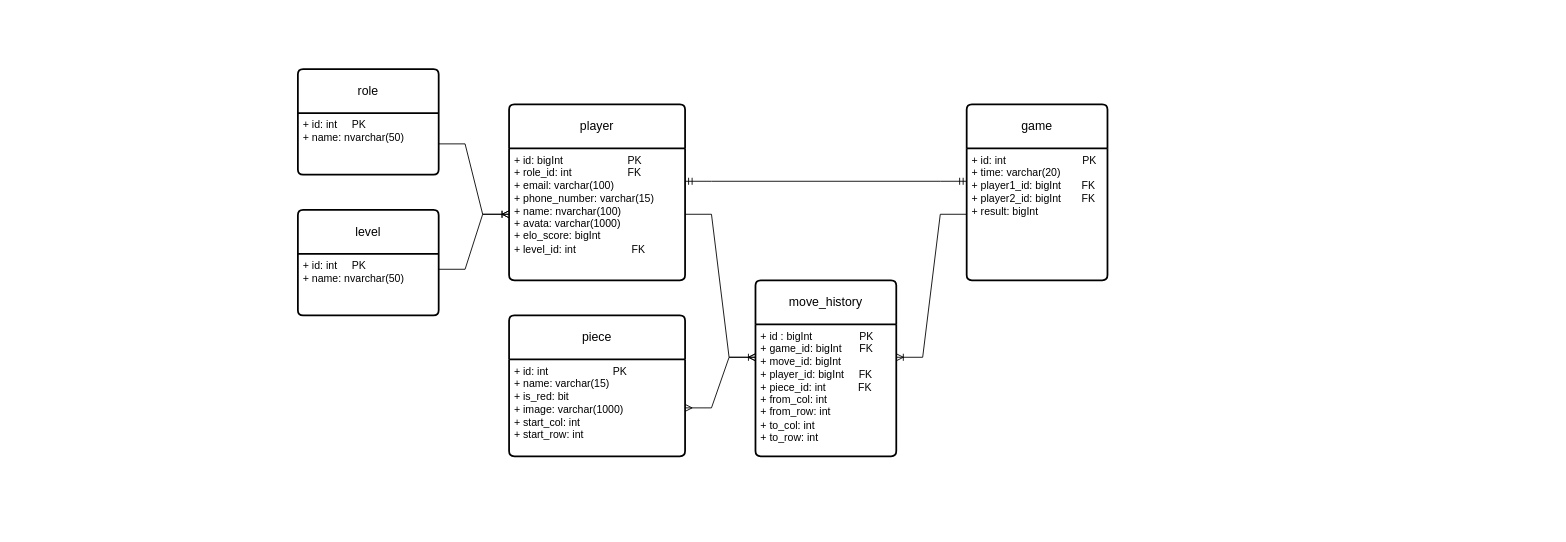
Earlier version of the draw.io diagram diagram/Untitled Diagram.drawio (vansi1804/ChineseChess). Source tidied: cells renumbered, new cells numbered last; positions are measured from the earlier drawing's top-left corner, leaving out a move shared by most shapes. Both pictures are drawn from the tidied source at 88%, with x=0, y=0 at pixel (297, 69).
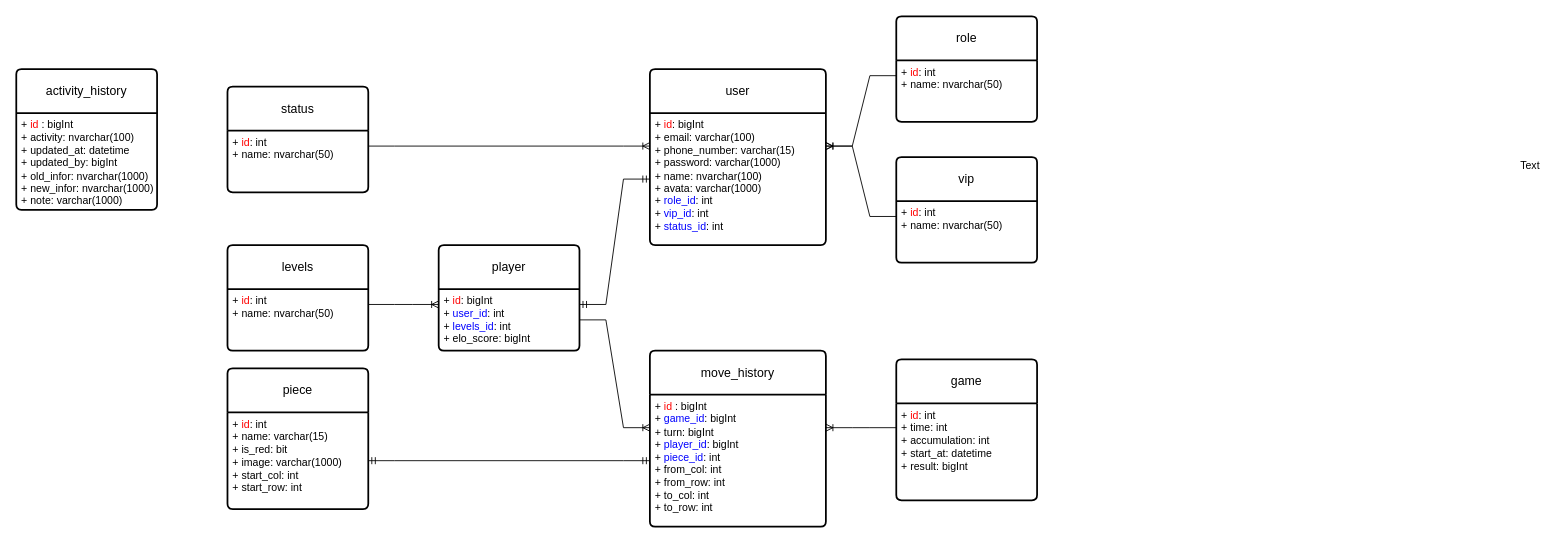
After the change.

Change to the diagram source:
```diff
@@
     <mxCell id="2" value="role" style="swimlane;horizontal=1;startSize=50;rounded=1;fontSize=14;fontStyle=0;strokeWidth=2;shadow=0;dashed=0;align=center;arcSize=4;whiteSpace=wrap;html=1;" parent="1" vertex="1">
-      <mxGeometry width="160" height="120" as="geometry" />
+      <mxGeometry x="680" y="-60" width="160" height="120" as="geometry" />
     </mxCell>
-    <mxCell id="3" value="+ id: int&amp;nbsp; &amp;nbsp; &amp;nbsp;PK&lt;br&gt;+ name: nvarchar(50)" style="align=left;strokeColor=none;fillColor=none;spacingLeft=4;fontSize=12;verticalAlign=top;html=1;" parent="2" vertex="1">
+    <mxCell id="3" value="+ &lt;font color=&quot;#ff0000&quot;&gt;id&lt;/font&gt;: int&amp;nbsp; &amp;nbsp;&amp;nbsp;&lt;br&gt;+ name: nvarchar(50)" style="align=left;strokeColor=none;fillColor=none;spacingLeft=4;fontSize=12;verticalAlign=top;html=1;" parent="2" vertex="1">
       <mxGeometry y="50" width="160" height="70" as="geometry" />
     </mxCell>
     <mxCell id="4" value="player" style="swimlane;horizontal=1;startSize=50;rounded=1;fontSize=14;fontStyle=0;strokeWidth=2;shadow=0;dashed=0;align=center;arcSize=4;whiteSpace=wrap;html=1;" parent="1" vertex="1">
-      <mxGeometry x="240" y="40" width="200" height="200" as="geometry" />
+      <mxGeometry x="160" y="200" width="160" height="120" as="geometry" />
     </mxCell>
-    <mxCell id="5" value="+ id: bigInt&amp;nbsp; &amp;nbsp; &amp;nbsp; &amp;nbsp; &amp;nbsp; &amp;nbsp; &amp;nbsp; &amp;nbsp; &amp;nbsp; &amp;nbsp; &amp;nbsp; PK&lt;br style=&quot;border-color: var(--border-color);&quot;&gt;+ role_id: int&amp;nbsp; &amp;nbsp; &amp;nbsp; &amp;nbsp; &amp;nbsp; &amp;nbsp; &amp;nbsp; &amp;nbsp; &amp;nbsp; &amp;nbsp;FK&lt;br style=&quot;border-color: var(--border-color);&quot;&gt;+ email: varchar(100)&lt;br style=&quot;border-color: var(--border-color);&quot;&gt;+ phone_number: varchar(15)&lt;br style=&quot;border-color: var(--border-color);&quot;&gt;+ name: nvarchar(100)&lt;br style=&quot;border-color: var(--border-color);&quot;&gt;+ avata: varchar(1000)&lt;br&gt;+ elo_score: bigInt&lt;br&gt;+&amp;nbsp;level_id: int&amp;nbsp; &amp;nbsp; &amp;nbsp; &amp;nbsp; &amp;nbsp; &amp;nbsp; &amp;nbsp; &amp;nbsp; &amp;nbsp; &amp;nbsp;FK&amp;nbsp;" style="align=left;strokeColor=none;fillColor=none;spacingLeft=4;fontSize=12;verticalAlign=top;html=1;" parent="4" vertex="1">
-      <mxGeometry y="50" width="200" height="150" as="geometry" />
+    <mxCell id="5" value="+ &lt;font color=&quot;#ff0000&quot;&gt;id&lt;/font&gt;: bigInt&amp;nbsp; &amp;nbsp; &amp;nbsp; &amp;nbsp; &amp;nbsp; &amp;nbsp; &amp;nbsp; &amp;nbsp; &amp;nbsp; &amp;nbsp; &amp;nbsp;&amp;nbsp;&lt;br style=&quot;border-color: var(--border-color);&quot;&gt;+ &lt;font color=&quot;#0000ff&quot;&gt;user_id&lt;/font&gt;: int&amp;nbsp;&lt;br style=&quot;border-color: var(--border-color);&quot;&gt;+&amp;nbsp;&lt;font style=&quot;border-color: var(--border-color);&quot; color=&quot;#0000ff&quot;&gt;levels_id&lt;/font&gt;: int&amp;nbsp; &amp;nbsp;&lt;br&gt;+ elo_score: bigInt&amp;nbsp; &amp;nbsp; &amp;nbsp; &amp;nbsp; &amp;nbsp; &amp;nbsp; &amp;nbsp; &amp;nbsp;&amp;nbsp;" style="align=left;strokeColor=none;fillColor=none;spacingLeft=4;fontSize=12;verticalAlign=top;html=1;" parent="4" vertex="1">
+      <mxGeometry y="50" width="160" height="70" as="geometry" />
     </mxCell>
-    <mxCell id="6" value="level" style="swimlane;horizontal=1;startSize=50;rounded=1;fontSize=14;fontStyle=0;strokeWidth=2;shadow=0;dashed=0;align=center;arcSize=4;whiteSpace=wrap;html=1;" parent="1" vertex="1">
-      <mxGeometry y="160" width="160" height="120" as="geometry" />
+    <mxCell id="6" value="levels" style="swimlane;horizontal=1;startSize=50;rounded=1;fontSize=14;fontStyle=0;strokeWidth=2;shadow=0;dashed=0;align=center;arcSize=4;whiteSpace=wrap;html=1;" parent="1" vertex="1">
+      <mxGeometry x="-80" y="200" width="160" height="120" as="geometry" />
     </mxCell>
-    <mxCell id="7" value="+ id: int&amp;nbsp; &amp;nbsp; &amp;nbsp;PK&lt;br&gt;+ name: nvarchar(50)" style="align=left;strokeColor=none;fillColor=none;spacingLeft=4;fontSize=12;verticalAlign=top;html=1;" parent="6" vertex="1">
+    <mxCell id="7" value="+ &lt;font color=&quot;#ff0000&quot;&gt;id&lt;/font&gt;: int&amp;nbsp; &amp;nbsp; &amp;nbsp; &amp;nbsp; &amp;nbsp; &amp;nbsp; &amp;nbsp; &amp;nbsp; &amp;nbsp; &amp;nbsp; &amp;nbsp; &amp;nbsp; &amp;nbsp; &amp;nbsp;&amp;nbsp;&lt;br&gt;+ name: nvarchar(50)" style="align=left;strokeColor=none;fillColor=none;spacingLeft=4;fontSize=12;verticalAlign=top;html=1;" parent="6" vertex="1">
       <mxGeometry y="50" width="160" height="70" as="geometry" />
     </mxCell>
-    <mxCell id="8" style="edgeStyle=entityRelationEdgeStyle;fontSize=12;html=1;endArrow=ERoneToMany;rounded=0;exitX=1;exitY=0.5;exitDx=0;exitDy=0;entryX=0;entryY=0.5;entryDx=0;entryDy=0;" parent="1" edge="1" source="3" target="5">
+    <mxCell id="8" style="edgeStyle=entityRelationEdgeStyle;fontSize=12;html=1;endArrow=ERoneToMany;rounded=0;exitX=0;exitY=0.25;exitDx=0;exitDy=0;entryX=1;entryY=0.25;entryDx=0;entryDy=0;" parent="1" edge="1" source="3" target="21">
       <mxGeometry relative="1" as="geometry" />
     </mxCell>
-    <mxCell id="9" style="edgeStyle=entityRelationEdgeStyle;fontSize=12;html=1;endArrow=ERoneToMany;rounded=0;exitX=1;exitY=0.25;exitDx=0;exitDy=0;" parent="1" edge="1" source="7" target="5">
+    <mxCell id="9" style="edgeStyle=entityRelationEdgeStyle;fontSize=12;html=1;endArrow=ERoneToMany;rounded=0;exitX=1;exitY=0.25;exitDx=0;exitDy=0;entryX=0;entryY=0.25;entryDx=0;entryDy=0;" parent="1" edge="1" source="7" target="5">
       <mxGeometry relative="1" as="geometry" />
     </mxCell>
     <mxCell id="10" value="game" style="swimlane;horizontal=1;startSize=50;rounded=1;fontSize=14;fontStyle=0;strokeWidth=2;shadow=0;dashed=0;align=center;arcSize=4;whiteSpace=wrap;html=1;" parent="1" vertex="1">
-      <mxGeometry x="760" y="40" width="160" height="200" as="geometry" />
+      <mxGeometry x="680" y="330" width="160" height="160" as="geometry" />
     </mxCell>
-    <mxCell id="11" value="+ id: int&amp;nbsp; &amp;nbsp; &amp;nbsp; &amp;nbsp; &amp;nbsp; &amp;nbsp; &amp;nbsp; &amp;nbsp; &amp;nbsp; &amp;nbsp; &amp;nbsp; &amp;nbsp; &amp;nbsp; PK&lt;br&gt;+ time: varchar(20)&lt;br&gt;+ player1_id: bigInt&amp;nbsp; &amp;nbsp; &amp;nbsp; &amp;nbsp;FK&lt;br&gt;+ player2_id: bigInt&amp;nbsp; &amp;nbsp; &amp;nbsp; &amp;nbsp;FK&lt;br&gt;+ result: bigInt&amp;nbsp; &amp;nbsp; &amp;nbsp; &amp;nbsp; &amp;nbsp; &amp;nbsp; &amp;nbsp; &amp;nbsp;" style="align=left;strokeColor=none;fillColor=none;spacingLeft=4;fontSize=12;verticalAlign=top;html=1;" parent="10" vertex="1">
-      <mxGeometry y="50" width="160" height="150" as="geometry" />
+    <mxCell id="11" value="+ &lt;font color=&quot;#ff0000&quot;&gt;id&lt;/font&gt;: int&amp;nbsp; &amp;nbsp; &amp;nbsp; &amp;nbsp; &amp;nbsp; &amp;nbsp; &amp;nbsp; &amp;nbsp; &amp;nbsp; &amp;nbsp; &amp;nbsp; &amp;nbsp; &amp;nbsp;&amp;nbsp;&lt;br&gt;+ time: int&lt;br&gt;+&amp;nbsp;accumulation: int&lt;br&gt;+ start_at: datetime&lt;br style=&quot;border-color: var(--border-color);&quot;&gt;+ result: bigInt&amp;nbsp; &amp;nbsp; &amp;nbsp; &amp;nbsp; &amp;nbsp;&lt;span style=&quot;background-color: initial;&quot;&gt;&amp;nbsp;&amp;nbsp;&lt;/span&gt;" style="align=left;strokeColor=none;fillColor=none;spacingLeft=4;fontSize=12;verticalAlign=top;html=1;" parent="10" vertex="1">
+      <mxGeometry y="50" width="160" height="110" as="geometry" />
     </mxCell>
     <mxCell id="12" value="piece" style="swimlane;horizontal=1;startSize=50;rounded=1;fontSize=14;fontStyle=0;strokeWidth=2;shadow=0;dashed=0;align=center;arcSize=4;whiteSpace=wrap;html=1;" parent="1" vertex="1">
-      <mxGeometry x="240" y="280" width="200" height="160" as="geometry" />
+      <mxGeometry x="-80" y="340" width="160" height="160" as="geometry" />
     </mxCell>
-    <mxCell id="13" value="+ id: int&amp;nbsp; &amp;nbsp; &amp;nbsp; &amp;nbsp; &amp;nbsp; &amp;nbsp; &amp;nbsp; &amp;nbsp; &amp;nbsp; &amp;nbsp; &amp;nbsp; PK&lt;br&gt;+ name: varchar(15)&lt;br&gt;+ is_red: bit&lt;br&gt;+ image: varchar(1000)&lt;br&gt;+ start_col: int&lt;br&gt;+ start_row: int" style="align=left;strokeColor=none;fillColor=none;spacingLeft=4;fontSize=12;verticalAlign=top;html=1;" parent="12" vertex="1">
-      <mxGeometry y="50" width="200" height="110" as="geometry" />
+    <mxCell id="13" value="+ &lt;font color=&quot;#ff0000&quot;&gt;id&lt;/font&gt;: int&amp;nbsp; &amp;nbsp; &amp;nbsp; &amp;nbsp; &amp;nbsp; &amp;nbsp; &amp;nbsp; &amp;nbsp; &amp;nbsp; &amp;nbsp; &amp;nbsp;&amp;nbsp;&lt;br&gt;+ name: varchar(15)&lt;br&gt;+ is_red: bit&lt;br&gt;+ image: varchar(1000)&lt;br&gt;+ start_col: int&lt;br&gt;+ start_row: int" style="align=left;strokeColor=none;fillColor=none;spacingLeft=4;fontSize=12;verticalAlign=top;html=1;" parent="12" vertex="1">
+      <mxGeometry y="50" width="160" height="110" as="geometry" />
     </mxCell>
     <mxCell id="14" value="move_history" style="swimlane;horizontal=1;startSize=50;rounded=1;fontSize=14;fontStyle=0;strokeWidth=2;shadow=0;dashed=0;align=center;arcSize=4;whiteSpace=wrap;html=1;" parent="1" vertex="1">
-      <mxGeometry x="520" y="240" width="160" height="200" as="geometry" />
+      <mxGeometry x="400" y="320" width="200" height="200" as="geometry" />
     </mxCell>
-    <mxCell id="15" value="+ id : bigInt&amp;nbsp; &amp;nbsp; &amp;nbsp; &amp;nbsp; &amp;nbsp; &amp;nbsp; &amp;nbsp; &amp;nbsp; PK&lt;br&gt;+ game_id: bigInt&amp;nbsp; &amp;nbsp; &amp;nbsp; FK&lt;br&gt;+ move_id: bigInt&amp;nbsp; &amp;nbsp; &amp;nbsp;&amp;nbsp;&lt;br&gt;+ player_id: bigInt&amp;nbsp; &amp;nbsp; &amp;nbsp;FK&lt;br&gt;+ piece_id: int&amp;nbsp; &amp;nbsp; &amp;nbsp; &amp;nbsp; &amp;nbsp; &amp;nbsp;FK&lt;br&gt;+ from_col: int&lt;br&gt;+ from_row: int&lt;br&gt;+ to_col: int&lt;br&gt;+ to_row: int" style="align=left;strokeColor=none;fillColor=none;spacingLeft=4;fontSize=12;verticalAlign=top;html=1;" parent="14" vertex="1">
-      <mxGeometry y="50" width="160" height="150" as="geometry" />
+    <mxCell id="15" value="+ &lt;font color=&quot;#ff0000&quot;&gt;id &lt;/font&gt;: bigInt&amp;nbsp; &amp;nbsp; &amp;nbsp; &amp;nbsp; &amp;nbsp; &amp;nbsp; &amp;nbsp; &amp;nbsp;&amp;nbsp;&lt;br&gt;+ &lt;font color=&quot;#0000ff&quot;&gt;game_id&lt;/font&gt;: bigInt&amp;nbsp; &amp;nbsp; &amp;nbsp;&amp;nbsp;&lt;br&gt;+ turn: bigInt&amp;nbsp; &amp;nbsp; &amp;nbsp;&amp;nbsp;&lt;br&gt;+ &lt;font color=&quot;#0000ff&quot;&gt;player_id&lt;/font&gt;: bigInt&amp;nbsp; &amp;nbsp; &amp;nbsp;&lt;br&gt;+ &lt;font color=&quot;#0000ff&quot;&gt;piece_id&lt;/font&gt;: int&amp;nbsp; &amp;nbsp; &amp;nbsp; &amp;nbsp; &amp;nbsp; &amp;nbsp;&lt;br&gt;+ from_col: int&lt;br&gt;+ from_row: int&lt;br&gt;+ to_col: int&lt;br&gt;+ to_row: int" style="align=left;strokeColor=none;fillColor=none;spacingLeft=4;fontSize=12;verticalAlign=top;html=1;" parent="14" vertex="1">
+      <mxGeometry y="50" width="200" height="150" as="geometry" />
     </mxCell>
+    <mxCell id="17" style="edgeStyle=entityRelationEdgeStyle;fontSize=12;html=1;endArrow=ERoneToMany;rounded=0;exitX=0;exitY=0.25;exitDx=0;exitDy=0;entryX=1;entryY=0.25;entryDx=0;entryDy=0;" parent="1" edge="1" source="11" target="15">
+      <mxGeometry relative="1" as="geometry" />
+    </mxCell>
+    <mxCell id="19" style="edgeStyle=entityRelationEdgeStyle;fontSize=12;html=1;endArrow=ERoneToMany;rounded=0;entryX=0;entryY=0.25;entryDx=0;entryDy=0;exitX=1;exitY=0.5;exitDx=0;exitDy=0;" parent="1" edge="1" source="5" target="15">
+      <mxGeometry relative="1" as="geometry" />
+    </mxCell>
+    <mxCell id="20" value="user" style="swimlane;horizontal=1;startSize=50;rounded=1;fontSize=14;fontStyle=0;strokeWidth=2;shadow=0;dashed=0;align=center;arcSize=4;whiteSpace=wrap;html=1;" parent="1" vertex="1">
+      <mxGeometry x="400" width="200" height="200" as="geometry" />
+    </mxCell>
+    <mxCell id="21" value="+ &lt;font color=&quot;#ff0000&quot;&gt;id&lt;/font&gt;: bigInt&amp;nbsp; &amp;nbsp; &amp;nbsp; &amp;nbsp; &amp;nbsp; &amp;nbsp; &amp;nbsp; &amp;nbsp; &amp;nbsp; &amp;nbsp; &amp;nbsp;&amp;nbsp;&lt;br style=&quot;border-color: var(--border-color);&quot;&gt;+ email: varchar(100)&lt;br style=&quot;border-color: var(--border-color);&quot;&gt;+ phone_number: varchar(15)&lt;br&gt;+ password: varchar(1000)&lt;br style=&quot;border-color: var(--border-color);&quot;&gt;+ name: nvarchar(100)&lt;br style=&quot;border-color: var(--border-color);&quot;&gt;+ avata: varchar(1000)&amp;nbsp; &amp;nbsp; &amp;nbsp; &amp;nbsp; &amp;nbsp; &amp;nbsp; &amp;nbsp; &amp;nbsp; &amp;nbsp;&lt;br style=&quot;border-color: var(--border-color);&quot;&gt;+&amp;nbsp;&lt;font style=&quot;border-color: var(--border-color);&quot; color=&quot;#0000ff&quot;&gt;role_id&lt;/font&gt;: int&amp;nbsp;&lt;br&gt;+ &lt;font color=&quot;#0000ff&quot;&gt;vip_id&lt;/font&gt;: int&lt;br&gt;+ &lt;font color=&quot;#0000ff&quot;&gt;status_id&lt;/font&gt;: int&lt;br&gt;&amp;nbsp;" style="align=left;strokeColor=none;fillColor=none;spacingLeft=4;fontSize=12;verticalAlign=top;html=1;" parent="20" vertex="1">
+      <mxGeometry y="50" width="200" height="150" as="geometry" />
+    </mxCell>
+    <mxCell id="22" style="edgeStyle=entityRelationEdgeStyle;fontSize=12;html=1;endArrow=ERmandOne;startArrow=ERmandOne;rounded=0;exitX=1;exitY=0.25;exitDx=0;exitDy=0;entryX=0;entryY=0.5;entryDx=0;entryDy=0;" parent="1" edge="1" source="5" target="21">
+      <mxGeometry relative="1" as="geometry" />
+    </mxCell>
+    <mxCell id="23" value="activity_history" style="swimlane;horizontal=1;startSize=50;rounded=1;fontSize=14;fontStyle=0;strokeWidth=2;shadow=0;dashed=0;align=center;arcSize=4;whiteSpace=wrap;html=1;" parent="1" vertex="1">
+      <mxGeometry x="-320" width="160" height="160" as="geometry" />
+    </mxCell>
+    <mxCell id="24" value="+ &lt;font color=&quot;#ff0000&quot;&gt;id &lt;/font&gt;: bigInt&amp;nbsp; &amp;nbsp; &amp;nbsp; &amp;nbsp; &amp;nbsp; &amp;nbsp; &amp;nbsp; &amp;nbsp;&amp;nbsp;&lt;br&gt;+ activity: nvarchar(100)&lt;br style=&quot;border-color: var(--border-color);&quot;&gt;+ updated_at: datetime&lt;br style=&quot;border-color: var(--border-color);&quot;&gt;+ updated_by: bigInt&lt;br&gt;+ old_infor: nvarchar(1000)&lt;br&gt;+ new_infor: nvarchar(1000)&lt;br&gt;+ note: varchar(1000)" style="align=left;strokeColor=none;fillColor=none;spacingLeft=4;fontSize=12;verticalAlign=top;html=1;" parent="23" vertex="1">
+      <mxGeometry y="50" width="160" height="110" as="geometry" />
+    </mxCell>
+    <mxCell id="25" value="status" style="swimlane;horizontal=1;startSize=50;rounded=1;fontSize=14;fontStyle=0;strokeWidth=2;shadow=0;dashed=0;align=center;arcSize=4;whiteSpace=wrap;html=1;" parent="1" vertex="1">
+      <mxGeometry x="-80" y="20" width="160" height="120" as="geometry" />
+    </mxCell>
+    <mxCell id="26" value="+ &lt;font color=&quot;#ff0000&quot;&gt;id&lt;/font&gt;: int&amp;nbsp; &amp;nbsp; &amp;nbsp; &amp;nbsp; &amp;nbsp; &amp;nbsp; &amp;nbsp; &amp;nbsp; &amp;nbsp; &amp;nbsp; &amp;nbsp; &amp;nbsp; &amp;nbsp; &amp;nbsp;&amp;nbsp;&lt;br&gt;+ name: nvarchar(50)" style="align=left;strokeColor=none;fillColor=none;spacingLeft=4;fontSize=12;verticalAlign=top;html=1;" parent="25" vertex="1">
+      <mxGeometry y="50" width="160" height="70" as="geometry" />
+    </mxCell>
+    <mxCell id="27" style="edgeStyle=entityRelationEdgeStyle;fontSize=12;html=1;endArrow=ERoneToMany;rounded=0;entryX=0;entryY=0.25;entryDx=0;entryDy=0;exitX=1;exitY=0.25;exitDx=0;exitDy=0;" parent="1" edge="1" source="26" target="21">
+      <mxGeometry relative="1" as="geometry" />
+    </mxCell>
-    <mxCell id="16" style="edgeStyle=entityRelationEdgeStyle;fontSize=12;html=1;endArrow=ERmany;startArrow=ERmany;rounded=0;exitX=1;exitY=0.5;exitDx=0;exitDy=0;entryX=0;entryY=0.25;entryDx=0;entryDy=0;" parent="1" edge="1" source="13" target="15">
+    <mxCell id="16" style="edgeStyle=entityRelationEdgeStyle;fontSize=12;html=1;endArrow=ERmandOne;startArrow=ERmandOne;rounded=0;exitX=1;exitY=0.5;exitDx=0;exitDy=0;" parent="1" edge="1" source="13" target="15">
       <mxGeometry relative="1" as="geometry" />
     </mxCell>
-    <mxCell id="17" style="edgeStyle=entityRelationEdgeStyle;fontSize=12;html=1;endArrow=ERoneToMany;rounded=0;exitX=0;exitY=0.5;exitDx=0;exitDy=0;entryX=1;entryY=0.25;entryDx=0;entryDy=0;" parent="1" edge="1" source="11" target="15">
-      <mxGeometry relative="1" as="geometry" />
-    </mxCell>
-    <mxCell id="18" style="edgeStyle=entityRelationEdgeStyle;fontSize=12;html=1;endArrow=ERmandOne;startArrow=ERmandOne;rounded=0;entryX=1;entryY=0.25;entryDx=0;entryDy=0;exitX=0;exitY=0.25;exitDx=0;exitDy=0;" parent="1" edge="1" source="11" target="5">
-      <mxGeometry relative="1" as="geometry" />
-    </mxCell>
-    <mxCell id="19" style="edgeStyle=entityRelationEdgeStyle;fontSize=12;html=1;endArrow=ERoneToMany;rounded=0;entryX=0;entryY=0.25;entryDx=0;entryDy=0;exitX=1;exitY=0.5;exitDx=0;exitDy=0;" parent="1" edge="1" source="5" target="15">
-      <mxGeometry relative="1" as="geometry" />
-    </mxCell>
+    <mxCell id="28" value="vip" style="swimlane;horizontal=1;startSize=50;rounded=1;fontSize=14;fontStyle=0;strokeWidth=2;shadow=0;dashed=0;align=center;arcSize=4;whiteSpace=wrap;html=1;" parent="1" vertex="1">
+      <mxGeometry x="680" y="100" width="160" height="120" as="geometry" />
+    </mxCell>
+    <mxCell id="29" value="+ &lt;font color=&quot;#ff0000&quot;&gt;id&lt;/font&gt;: int&amp;nbsp; &amp;nbsp;&amp;nbsp;&lt;br&gt;+ name: nvarchar(50)" style="align=left;strokeColor=none;fillColor=none;spacingLeft=4;fontSize=12;verticalAlign=top;html=1;" parent="28" vertex="1">
+      <mxGeometry y="50" width="160" height="70" as="geometry" />
+    </mxCell>
+    <mxCell id="30" style="edgeStyle=entityRelationEdgeStyle;fontSize=12;html=1;endArrow=ERoneToMany;rounded=0;exitX=0;exitY=0.25;exitDx=0;exitDy=0;entryX=1;entryY=0.25;entryDx=0;entryDy=0;" parent="1" edge="1" source="29" target="21">
+      <mxGeometry relative="1" as="geometry" />
+    </mxCell>
+    <mxCell id="31" value="Text" style="text;html=1;align=center;verticalAlign=middle;strokeColor=none;fillColor=none;" parent="1" vertex="1">
+      <mxGeometry x="1375" y="95" width="50" height="30" as="geometry" />
+    </mxCell>
```
